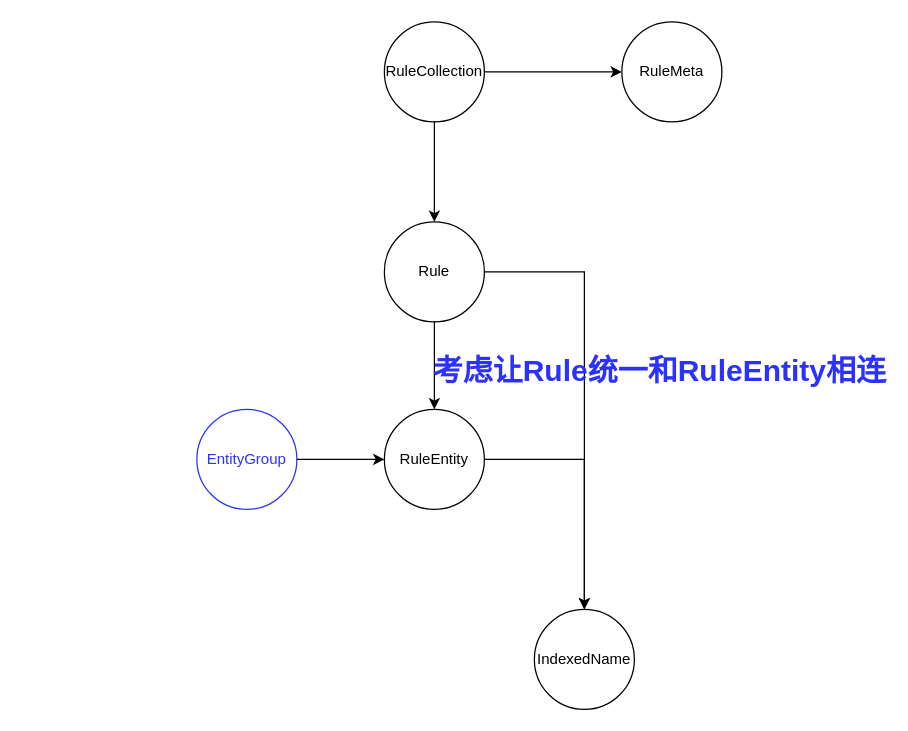
Earlier version of the draw.io diagram elverse-neo4j-topology.drawio (XiaoLiuAI/diagrams). Source tidied: cells renumbered, new cells numbered last; positions are measured from the earlier drawing's top-left corner, leaving out a move shared by most shapes. Both pictures are drawn from the tidied source at 125%, with x=0, y=0 at pixel (196, 21).
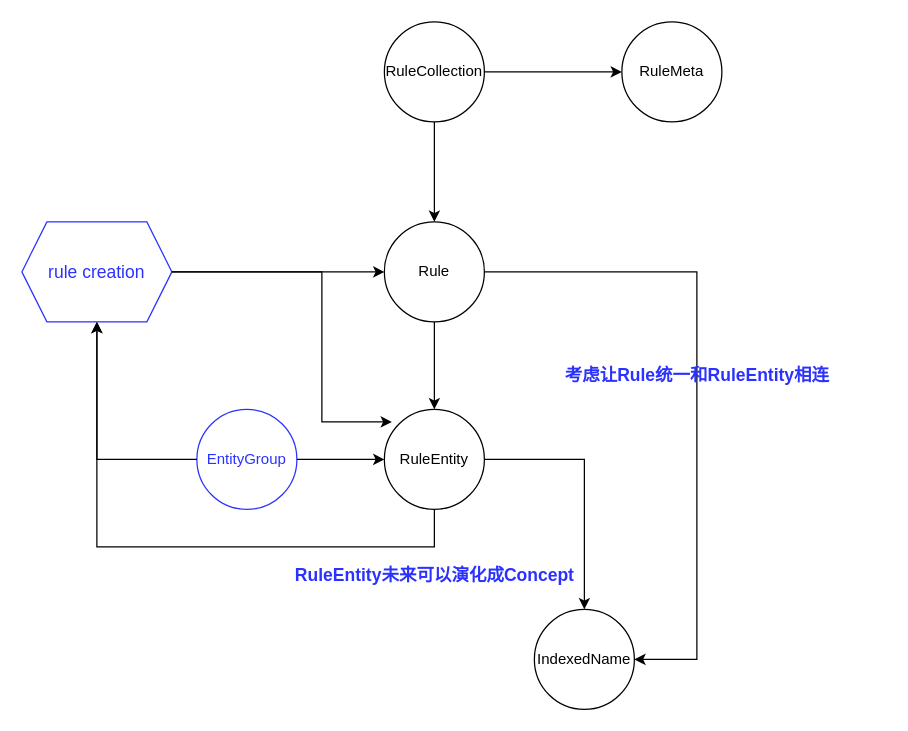
The same diagram, later.

The change refers to these unchanged cells:
```xml
<mxCell id="2" value="RuleEntity" style="ellipse;whiteSpace=wrap;html=1;" parent="1" vertex="1">
  <mxGeometry x="150" y="310" width="80" height="80" as="geometry" />
</mxCell>
<mxCell id="3" value="Rule" style="ellipse;whiteSpace=wrap;html=1;" parent="1" vertex="1">
  <mxGeometry x="150" y="160" width="80" height="80" as="geometry" />
</mxCell>
<mxCell id="8" value="IndexedName" style="ellipse;whiteSpace=wrap;html=1;" parent="1" vertex="1">
  <mxGeometry x="270" y="470" width="80" height="80" as="geometry" />
</mxCell>
<mxCell id="12" value="&lt;font color=&quot;#2b32ff&quot;&gt;EntityGroup&lt;/font&gt;" style="ellipse;whiteSpace=wrap;html=1;strokeColor=#2B32FF;" parent="1" vertex="1">
  <mxGeometry y="310" width="80" height="80" as="geometry" />
</mxCell>
```

What changed in the source:
```diff
@@
-    <mxCell id="10" style="edgeStyle=segmentEdgeStyle;endArrow=classic;html=1;rounded=0;entryX=0.5;entryY=0;entryDx=0;entryDy=0;" parent="1" edge="1" source="3" target="8">
-      <mxGeometry relative="1" as="geometry" />
+    <mxCell id="10" style="edgeStyle=segmentEdgeStyle;endArrow=classic;html=1;rounded=0;entryX=1;entryY=0.5;entryDx=0;entryDy=0;" parent="1" edge="1" source="3" target="8">
+      <mxGeometry relative="1" as="geometry">
+        <Array as="points">
+          <mxPoint x="400" y="200" />
+          <mxPoint x="400" y="510" />
+        </Array>
+      </mxGeometry>
     </mxCell>
@@
-    <mxCell id="14" value="考虑让Rule统一和RuleEntity相连" style="text;strokeColor=none;fillColor=none;html=1;fontSize=24;fontStyle=1;verticalAlign=middle;align=center;fontColor=#2B32FF;" parent="1" vertex="1">
-      <mxGeometry x="320" y="260" width="100" height="40" as="geometry" />
+    <mxCell id="14" value="&lt;font style=&quot;font-size: 14px&quot;&gt;考虑让Rule统一和RuleEntity相连&lt;/font&gt;" style="text;strokeColor=none;fillColor=none;html=1;fontSize=24;fontStyle=1;verticalAlign=middle;align=center;fontColor=#2B32FF;" parent="1" vertex="1">
+      <mxGeometry x="290" y="260" width="220" height="40" as="geometry" />
     </mxCell>
+    <mxCell id="15" value="&lt;font style=&quot;font-size: 14px&quot;&gt;RuleEntity未来可以演化成Concept&lt;/font&gt;" style="text;strokeColor=none;fillColor=none;html=1;fontSize=24;fontStyle=1;verticalAlign=middle;align=center;fontColor=#2B32FF;" parent="1" vertex="1">
+      <mxGeometry x="80" y="420" width="220" height="40" as="geometry" />
+    </mxCell>
+    <mxCell id="16" value="rule creation" style="shape=hexagon;perimeter=hexagonPerimeter2;whiteSpace=wrap;html=1;fixedSize=1;fontSize=14;fontColor=#2B32FF;strokeColor=#2B32FF;" parent="1" vertex="1">
+      <mxGeometry x="-140" y="160" width="120" height="80" as="geometry" />
+    </mxCell>
+    <mxCell id="17" style="edgeStyle=segmentEdgeStyle;endArrow=classic;html=1;rounded=0;fontSize=14;fontColor=#2B32FF;entryX=0.5;entryY=1;entryDx=0;entryDy=0;exitX=0;exitY=0.5;exitDx=0;exitDy=0;" parent="1" edge="1" source="12" target="16">
+      <mxGeometry relative="1" as="geometry" />
+    </mxCell>
+    <mxCell id="18" style="endArrow=classic;html=1;rounded=0;fontSize=14;fontColor=#2B32FF;exitX=1;exitY=0.5;exitDx=0;exitDy=0;entryX=0;entryY=0.5;entryDx=0;entryDy=0;" parent="1" edge="1" source="16" target="3">
+      <mxGeometry relative="1" as="geometry" />
+    </mxCell>
+    <mxCell id="19" style="edgeStyle=elbowEdgeStyle;elbow=horizontal;endArrow=classic;html=1;rounded=0;fontSize=14;fontColor=#2B32FF;exitX=1;exitY=0.5;exitDx=0;exitDy=0;entryX=0.075;entryY=0.125;entryDx=0;entryDy=0;entryPerimeter=0;" parent="1" edge="1" source="16" target="2">
+      <mxGeometry relative="1" as="geometry">
+        <Array as="points">
+          <mxPoint x="100" y="260" />
+        </Array>
+      </mxGeometry>
+    </mxCell>
+    <mxCell id="20" style="edgeStyle=segmentEdgeStyle;endArrow=classic;html=1;rounded=0;fontSize=14;fontColor=#2B32FF;entryX=0.5;entryY=1;entryDx=0;entryDy=0;exitX=0.5;exitY=1;exitDx=0;exitDy=0;" parent="1" edge="1" source="2" target="16">
+      <mxGeometry relative="1" as="geometry">
+        <Array as="points">
+          <mxPoint x="190" y="420" />
+          <mxPoint x="-80" y="420" />
+        </Array>
+      </mxGeometry>
+    </mxCell>
```
